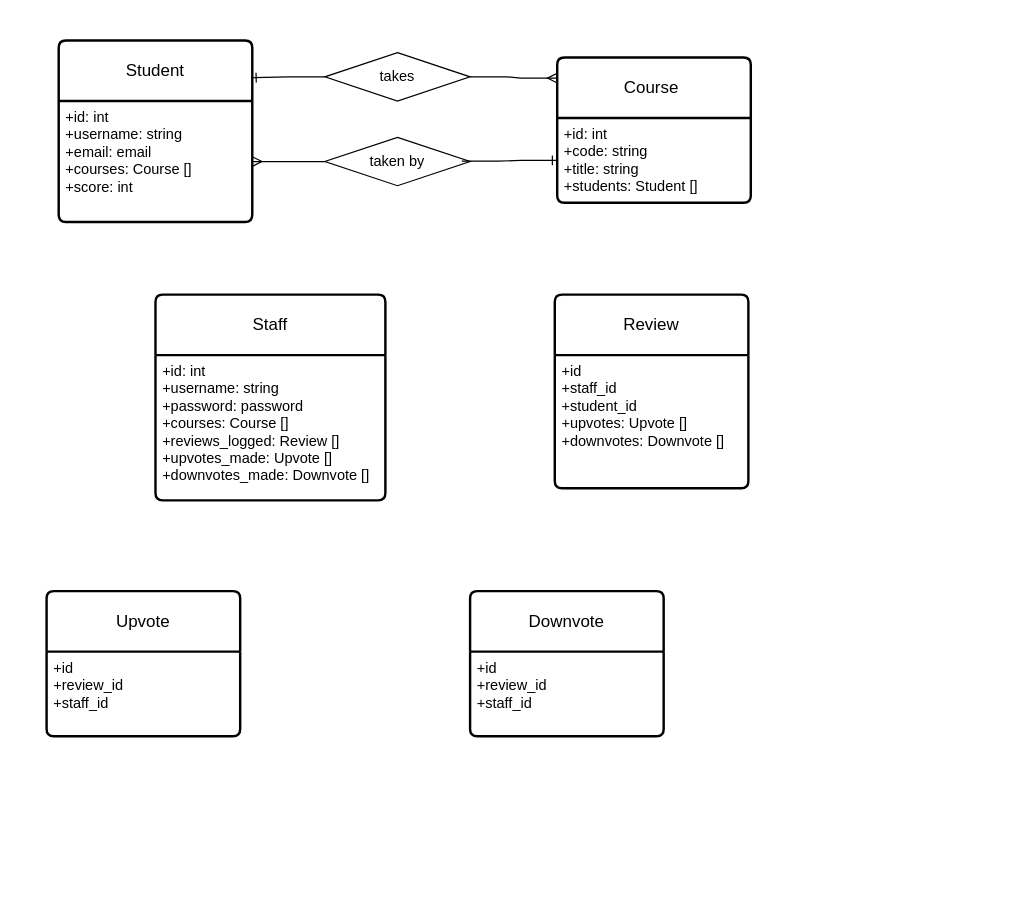
This is student_conduct_tracker.drawio from nickperi/Student-Staff-Conduct-Tracker, a draw.io file, before an edit. Source tidied: cells renumbered, new cells numbered last; positions are measured from the earlier drawing's top-left corner, leaving out a move shared by most shapes. Both pictures are drawn from the tidied source at 121%, with x=0, y=0 at pixel (46, 40).
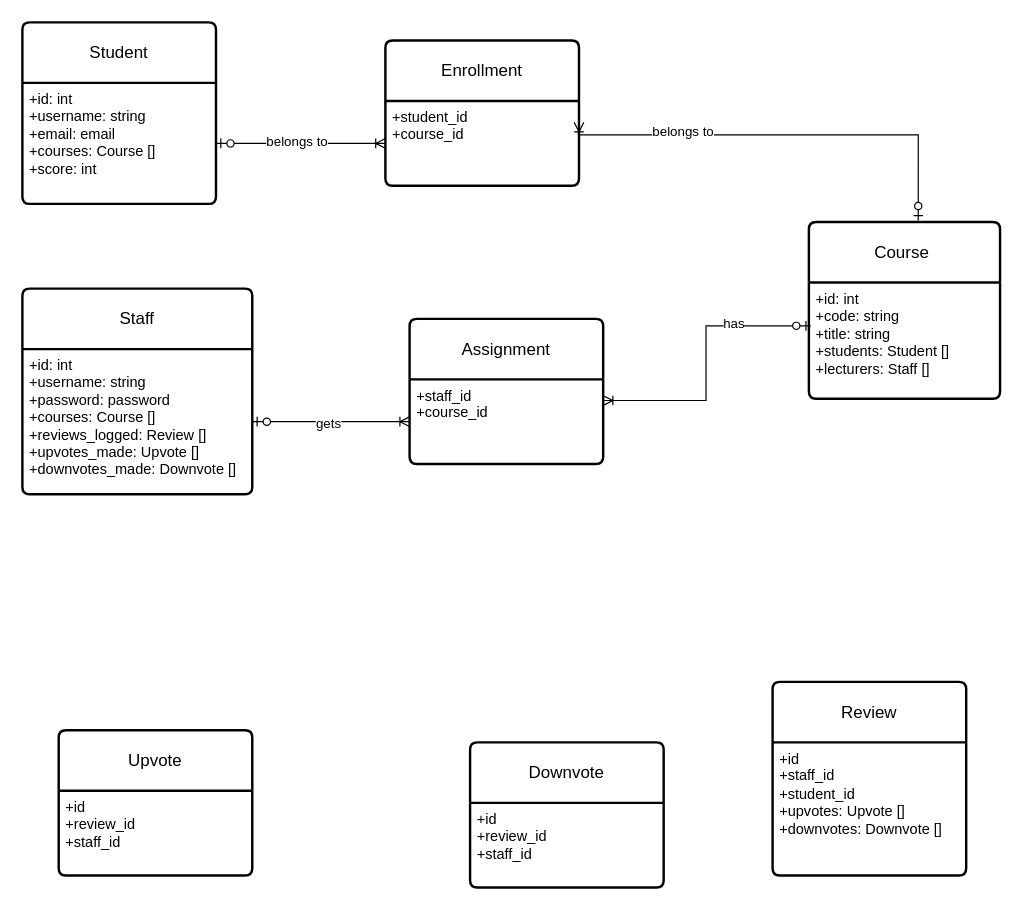
Above is the later version.

The change refers to these unchanged cells:
```xml
<mxCell id="3" value="+id: int&lt;br&gt;+username: string&lt;div&gt;+email: email&lt;br&gt;&lt;div&gt;+courses: Course []&lt;/div&gt;&lt;div&gt;+score: int&lt;/div&gt;&lt;/div&gt;" style="align=left;strokeColor=none;fillColor=none;spacingLeft=4;spacingRight=4;fontSize=12;verticalAlign=top;html=1;whiteSpace=wrap;" parent="2" vertex="1">
  <mxGeometry y="50" width="160" height="100" as="geometry" />
</mxCell>
<mxCell id="7" value="+id: int&lt;br&gt;+username: string&lt;br&gt;+password: password&lt;div&gt;+courses: Course []&lt;/div&gt;&lt;div&gt;+reviews_logged: Review []&lt;/div&gt;&lt;div&gt;+upvotes_made: Upvote []&lt;/div&gt;&lt;div&gt;+downvotes_made: Downvote []&lt;/div&gt;" style="align=left;strokeColor=none;fillColor=none;spacingLeft=4;spacingRight=4;fontSize=12;verticalAlign=top;html=1;whiteSpace=wrap;" parent="6" vertex="1">
  <mxGeometry y="50" width="190" height="120" as="geometry" />
</mxCell>
```

The edit, as a diff of the source:
```diff
@@
     <mxCell id="2" value="Student" style="swimlane;horizontal=1;startSize=50;rounded=1;fontSize=14;fontStyle=0;strokeWidth=2;shadow=0;dashed=0;align=center;arcSize=4;whiteSpace=wrap;html=1;" parent="1" vertex="1">
-      <mxGeometry x="10" width="160" height="150" as="geometry" />
+      <mxGeometry x="-20" y="-15" width="160" height="150" as="geometry" />
     </mxCell>
@@
     <mxCell id="4" value="Course&amp;nbsp;" style="swimlane;horizontal=1;startSize=50;rounded=1;fontSize=14;fontStyle=0;strokeWidth=2;shadow=0;dashed=0;align=center;arcSize=4;whiteSpace=wrap;html=1;" parent="1" vertex="1">
-      <mxGeometry x="422" y="14" width="160" height="120" as="geometry" />
+      <mxGeometry x="630" y="150" width="158" height="146" as="geometry" />
     </mxCell>
-    <mxCell id="5" value="+id: int&lt;br&gt;+code: string&lt;br&gt;+title: string&lt;div&gt;+students: Student []&lt;/div&gt;" style="align=left;strokeColor=none;fillColor=none;spacingLeft=4;spacingRight=4;fontSize=12;verticalAlign=top;html=1;whiteSpace=wrap;" parent="4" vertex="1">
-      <mxGeometry y="50" width="160" height="70" as="geometry" />
+    <mxCell id="5" value="+id: int&lt;br&gt;+code: string&lt;br&gt;+title: string&lt;div&gt;+students: Student []&lt;/div&gt;&lt;div&gt;+lecturers: Staff []&lt;/div&gt;" style="align=left;strokeColor=none;fillColor=none;spacingLeft=4;spacingRight=4;fontSize=12;verticalAlign=top;html=1;whiteSpace=wrap;" parent="4" vertex="1">
+      <mxGeometry y="50" width="158" height="96" as="geometry" />
     </mxCell>
     <mxCell id="6" value="Staff" style="swimlane;horizontal=1;startSize=50;rounded=1;fontSize=14;fontStyle=0;strokeWidth=2;shadow=0;dashed=0;align=center;arcSize=4;whiteSpace=wrap;html=1;" parent="1" vertex="1">
-      <mxGeometry x="90" y="210" width="190" height="170" as="geometry" />
+      <mxGeometry x="-20" y="205" width="190" height="170" as="geometry" />
     </mxCell>
@@
     <mxCell id="8" value="Upvote" style="swimlane;horizontal=1;startSize=50;rounded=1;fontSize=14;fontStyle=0;strokeWidth=2;shadow=0;dashed=0;align=center;arcSize=4;whiteSpace=wrap;html=1;" parent="1" vertex="1">
-      <mxGeometry y="455" width="160" height="120" as="geometry" />
+      <mxGeometry x="10" y="570" width="160" height="120" as="geometry" />
     </mxCell>
@@
     <mxCell id="10" value="Downvote" style="swimlane;horizontal=1;startSize=50;rounded=1;fontSize=14;fontStyle=0;strokeWidth=2;shadow=0;dashed=0;align=center;arcSize=4;whiteSpace=wrap;html=1;" parent="1" vertex="1">
-      <mxGeometry x="350" y="455" width="160" height="120" as="geometry" />
+      <mxGeometry x="350" y="580" width="160" height="120" as="geometry" />
     </mxCell>
@@
     <mxCell id="12" value="Review" style="swimlane;horizontal=1;startSize=50;rounded=1;fontSize=14;fontStyle=0;strokeWidth=2;shadow=0;dashed=0;align=center;arcSize=4;whiteSpace=wrap;html=1;" parent="1" vertex="1">
-      <mxGeometry x="420" y="210" width="160" height="160" as="geometry" />
+      <mxGeometry x="600" y="530" width="160" height="160" as="geometry" />
     </mxCell>
@@
-    <mxCell id="14" value="takes" style="shape=rhombus;perimeter=rhombusPerimeter;whiteSpace=wrap;html=1;align=center;" parent="1" vertex="1">
-      <mxGeometry x="230" y="10" width="120" height="40" as="geometry" />
-    </mxCell>
-    <mxCell id="15" style="edgeStyle=entityRelationEdgeStyle;fontSize=12;html=1;endArrow=ERmany;rounded=0;entryX=0;entryY=0.142;entryDx=0;entryDy=0;exitX=1;exitY=0.5;exitDx=0;exitDy=0;entryPerimeter=0;" parent="1" edge="1" source="14" target="4">
-      <mxGeometry relative="1" as="geometry" />
-    </mxCell>
-    <mxCell id="16" style="edgeStyle=entityRelationEdgeStyle;fontSize=12;html=1;endArrow=ERone;endFill=1;rounded=0;entryX=0.995;entryY=0.205;entryDx=0;entryDy=0;entryPerimeter=0;exitX=0;exitY=0.5;exitDx=0;exitDy=0;" parent="1" edge="1" source="14" target="2">
-      <mxGeometry relative="1" as="geometry" />
-    </mxCell>
-    <mxCell id="17" value="taken by" style="shape=rhombus;perimeter=rhombusPerimeter;whiteSpace=wrap;html=1;align=center;" parent="1" vertex="1">
-      <mxGeometry x="230" y="80" width="120" height="40" as="geometry" />
-    </mxCell>
-    <mxCell id="18" style="edgeStyle=entityRelationEdgeStyle;fontSize=12;html=1;endArrow=ERone;endFill=1;rounded=0;exitX=0.943;exitY=0.493;exitDx=0;exitDy=0;exitPerimeter=0;entryX=0;entryY=0.5;entryDx=0;entryDy=0;" parent="1" edge="1" source="17" target="5">
-      <mxGeometry relative="1" as="geometry" />
-    </mxCell>
-    <mxCell id="19" style="edgeStyle=entityRelationEdgeStyle;fontSize=12;html=1;endArrow=ERmany;rounded=0;entryX=1;entryY=0.5;entryDx=0;entryDy=0;exitX=0;exitY=0.5;exitDx=0;exitDy=0;" parent="1" edge="1" source="17" target="3">
-      <mxGeometry relative="1" as="geometry" />
-    </mxCell>
+    <mxCell id="20" value="Enrollment" style="swimlane;horizontal=1;startSize=50;rounded=1;fontSize=14;fontStyle=0;strokeWidth=2;shadow=0;dashed=0;align=center;arcSize=4;whiteSpace=wrap;html=1;" parent="1" vertex="1">
+      <mxGeometry x="280" width="160" height="120" as="geometry" />
+    </mxCell>
+    <mxCell id="21" value="&lt;div&gt;+student_id&lt;br&gt;+course_id&lt;br&gt;&lt;/div&gt;" style="align=left;strokeColor=none;fillColor=none;spacingLeft=4;spacingRight=4;fontSize=12;verticalAlign=top;html=1;whiteSpace=wrap;" parent="20" vertex="1">
+      <mxGeometry y="50" width="160" height="70" as="geometry" />
+    </mxCell>
+    <mxCell id="22" value="Assignment" style="swimlane;horizontal=1;startSize=50;rounded=1;fontSize=14;fontStyle=0;strokeWidth=2;shadow=0;dashed=0;align=center;arcSize=4;whiteSpace=wrap;html=1;" parent="1" vertex="1">
+      <mxGeometry x="300" y="230" width="160" height="120" as="geometry" />
+    </mxCell>
+    <mxCell id="23" value="+staff_id&lt;br&gt;+course_id" style="align=left;strokeColor=none;fillColor=none;spacingLeft=4;spacingRight=4;fontSize=12;verticalAlign=top;html=1;whiteSpace=wrap;" parent="22" vertex="1">
+      <mxGeometry y="50" width="160" height="70" as="geometry" />
+    </mxCell>
+    <mxCell id="24" style="fontSize=12;html=1;endArrow=ERoneToMany;startArrow=ERzeroToOne;rounded=0;exitX=1;exitY=0.5;exitDx=0;exitDy=0;entryX=0;entryY=0.5;entryDx=0;entryDy=0;" parent="1" edge="1" source="3" target="21">
+      <mxGeometry relative="1" as="geometry" />
+    </mxCell>
+    <mxCell id="25" value="belongs to" style="edgeLabel;html=1;align=center;verticalAlign=middle;" parent="24" vertex="1">
+      <mxGeometry x="-0.06" y="2" relative="1" as="geometry" />
+    </mxCell>
+    <mxCell id="26" style="edgeStyle=orthogonalEdgeStyle;fontSize=12;html=1;endArrow=ERoneToMany;startArrow=ERzeroToOne;rounded=0;entryX=1;entryY=0.25;entryDx=0;entryDy=0;exitX=0.572;exitY=-0.009;exitDx=0;exitDy=0;exitPerimeter=0;" parent="1" edge="1" source="4" target="21">
+      <mxGeometry relative="1" as="geometry">
+        <Array as="points">
+          <mxPoint x="720" y="78" />
+        </Array>
+      </mxGeometry>
+    </mxCell>
+    <mxCell id="27" value="belongs to" style="edgeLabel;html=1;align=center;verticalAlign=middle;" parent="26" vertex="1">
+      <mxGeometry x="0.47" y="-4" relative="1" as="geometry" />
+    </mxCell>
+    <mxCell id="28" style="fontSize=12;html=1;endArrow=ERoneToMany;startArrow=ERzeroToOne;rounded=0;entryX=1;entryY=0.25;entryDx=0;entryDy=0;exitX=0.01;exitY=0.373;exitDx=0;exitDy=0;exitPerimeter=0;edgeStyle=orthogonalEdgeStyle;" parent="1" edge="1" source="5" target="23">
+      <mxGeometry relative="1" as="geometry" />
+    </mxCell>
+    <mxCell id="29" value="has" style="edgeLabel;html=1;align=center;verticalAlign=middle;" parent="28" vertex="1">
+      <mxGeometry x="-0.45" y="-2" relative="1" as="geometry" />
+    </mxCell>
+    <mxCell id="30" style="fontSize=12;html=1;endArrow=ERoneToMany;startArrow=ERzeroToOne;rounded=0;exitX=1;exitY=0.5;exitDx=0;exitDy=0;" parent="1" edge="1" source="7" target="23">
+      <mxGeometry relative="1" as="geometry" />
+    </mxCell>
+    <mxCell id="31" value="gets" style="edgeLabel;html=1;align=center;verticalAlign=middle;" parent="30" vertex="1">
+      <mxGeometry x="-0.05" y="-1" relative="1" as="geometry" />
+    </mxCell>
```
